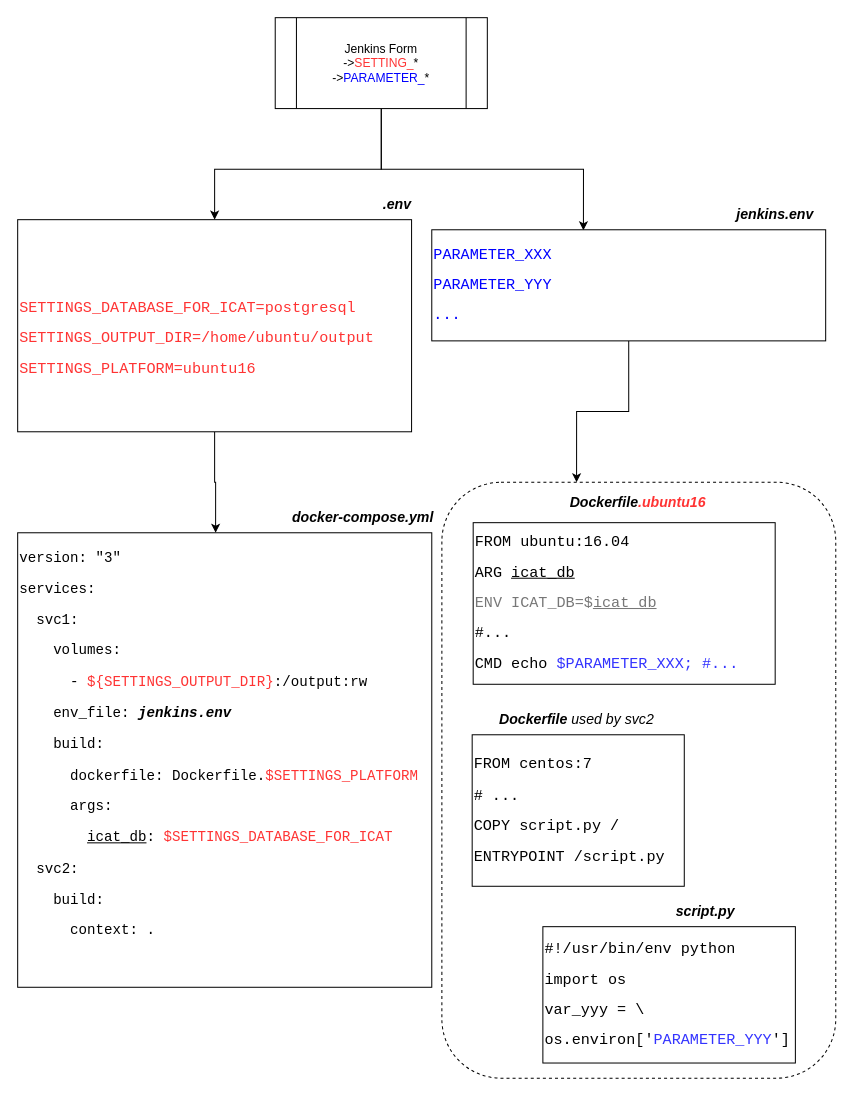
Before: template_compose.drawio in d-w-moore/compose_evaluator_ci, a draw.io diagram. Source tidied: cells renumbered, new cells numbered last; positions are measured from the earlier drawing's top-left corner, leaving out a move shared by most shapes. Both pictures are drawn from the tidied source at 101%, with x=0, y=0 at pixel (17, 17).
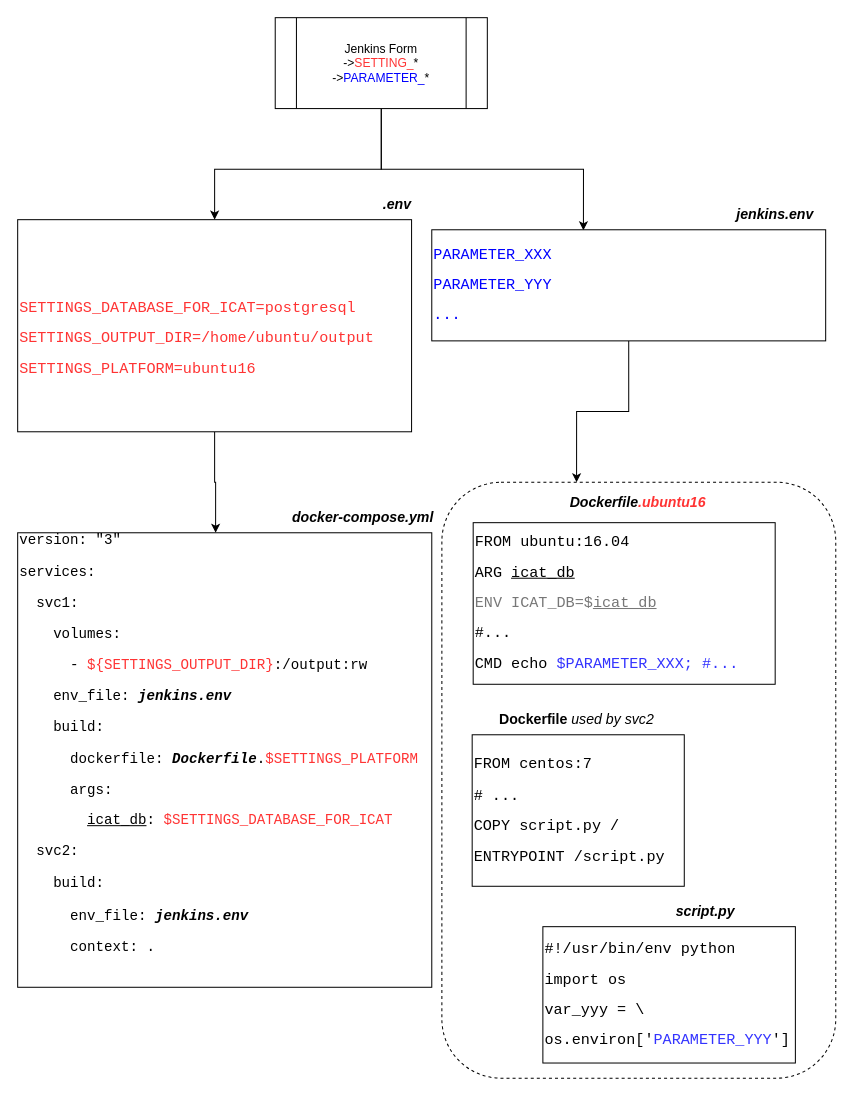
The same page after the edit.

Diff of the diagram source:
```diff
@@
-    <mxCell id="5" value="&lt;p style=&quot;line-height: 120%&quot;&gt;&lt;/p&gt;&lt;pre style=&quot;font-size: 14px&quot;&gt;&lt;font style=&quot;font-size: 14px&quot;&gt;version: &quot;3&quot;&lt;/font&gt;&lt;/pre&gt;&lt;pre style=&quot;font-size: 14px&quot;&gt;&lt;font style=&quot;font-size: 14px&quot;&gt;services:&lt;/font&gt;&lt;/pre&gt;&lt;pre style=&quot;font-size: 14px&quot;&gt;&lt;font style=&quot;font-size: 14px&quot;&gt;  svc1:&lt;/font&gt;&lt;/pre&gt;&lt;pre style=&quot;font-size: 14px&quot;&gt;&lt;pre&gt;    volumes:&lt;/pre&gt;&lt;pre&gt;      - &lt;font color=&quot;#ff3333&quot;&gt;${SETTINGS_OUTPUT_DIR}&lt;/font&gt;:/output:rw&lt;/pre&gt;&lt;/pre&gt;&lt;pre style=&quot;font-size: 14px&quot;&gt;&lt;font style=&quot;font-size: 14px&quot;&gt;    env_file: &lt;i&gt;&lt;b&gt;jenkins.env&lt;/b&gt;&lt;/i&gt;&lt;/font&gt;&lt;/pre&gt;&lt;pre style=&quot;font-size: 14px&quot;&gt;&lt;font style=&quot;font-size: 14px&quot;&gt;    build:&lt;/font&gt;&lt;/pre&gt;&lt;pre style=&quot;font-size: 14px&quot;&gt;&lt;font style=&quot;font-size: 14px&quot;&gt;      dockerfile: Dockerfile.&lt;font color=&quot;#ff3333&quot;&gt;$SETTINGS_PLATFORM&lt;/font&gt;&lt;/font&gt;&lt;/pre&gt;&lt;pre style=&quot;font-size: 14px&quot;&gt;&lt;font style=&quot;font-size: 14px&quot;&gt;      args:&lt;/font&gt;&lt;/pre&gt;&lt;pre style=&quot;font-size: 14px&quot;&gt;&lt;font style=&quot;font-size: 14px&quot;&gt;        &lt;u&gt;icat_db&lt;/u&gt;: &lt;font color=&quot;#ff3333&quot;&gt;$SETTINGS_DATABASE_FOR_ICAT&lt;/font&gt;&lt;/font&gt;&lt;/pre&gt;&lt;pre style=&quot;font-size: 14px&quot;&gt;&lt;font style=&quot;font-size: 14px&quot;&gt;&lt;font color=&quot;#ff3333&quot;&gt;  &lt;/font&gt;svc2:&lt;/font&gt;&lt;/pre&gt;&lt;pre style=&quot;font-size: 14px&quot;&gt;&lt;font style=&quot;font-size: 14px&quot;&gt;    build:&lt;/font&gt;&lt;/pre&gt;&lt;pre style=&quot;font-size: 14px&quot;&gt;&lt;font style=&quot;font-size: 14px&quot;&gt;      context: .&lt;/font&gt;&lt;/pre&gt;&lt;pre style=&quot;font-size: 14px&quot;&gt;&lt;span style=&quot;line-height: 100%&quot;&gt;&lt;br&gt;&lt;/span&gt;&lt;/pre&gt;&lt;p&gt;&lt;/p&gt;" style="rounded=0;whiteSpace=wrap;html=1;align=left;" parent="1" vertex="1">
+    <mxCell id="5" value="&lt;p style=&quot;line-height: 120%&quot;&gt;&lt;/p&gt;&lt;pre style=&quot;font-size: 14px&quot;&gt;&lt;font style=&quot;font-size: 14px&quot;&gt;version: &quot;3&quot;&lt;/font&gt;&lt;/pre&gt;&lt;pre style=&quot;font-size: 14px&quot;&gt;&lt;font style=&quot;font-size: 14px&quot;&gt;services:&lt;/font&gt;&lt;/pre&gt;&lt;pre style=&quot;font-size: 14px&quot;&gt;&lt;font style=&quot;font-size: 14px&quot;&gt;  svc1:&lt;/font&gt;&lt;/pre&gt;&lt;pre style=&quot;font-size: 14px&quot;&gt;&lt;pre&gt;    volumes:&lt;/pre&gt;&lt;pre&gt;      - &lt;font color=&quot;#ff3333&quot;&gt;${SETTINGS_OUTPUT_DIR}&lt;/font&gt;:/output:rw&lt;/pre&gt;&lt;/pre&gt;&lt;pre style=&quot;font-size: 14px&quot;&gt;&lt;font style=&quot;font-size: 14px&quot;&gt;    env_file: &lt;i&gt;&lt;b&gt;jenkins.env&lt;/b&gt;&lt;/i&gt;&lt;/font&gt;&lt;/pre&gt;&lt;pre style=&quot;font-size: 14px&quot;&gt;&lt;font style=&quot;font-size: 14px&quot;&gt;    build:&lt;/font&gt;&lt;/pre&gt;&lt;pre style=&quot;font-size: 14px&quot;&gt;&lt;font style=&quot;font-size: 14px&quot;&gt;      dockerfile: &lt;i&gt;&lt;b&gt;Dockerfile&lt;/b&gt;&lt;/i&gt;.&lt;font color=&quot;#ff3333&quot;&gt;$SETTINGS_PLATFORM&lt;/font&gt;&lt;/font&gt;&lt;/pre&gt;&lt;pre style=&quot;font-size: 14px&quot;&gt;&lt;font style=&quot;font-size: 14px&quot;&gt;      args:&lt;/font&gt;&lt;/pre&gt;&lt;pre style=&quot;font-size: 14px&quot;&gt;&lt;font style=&quot;font-size: 14px&quot;&gt;        &lt;u&gt;icat_db&lt;/u&gt;: &lt;font color=&quot;#ff3333&quot;&gt;$SETTINGS_DATABASE_FOR_ICAT&lt;/font&gt;&lt;/font&gt;&lt;/pre&gt;&lt;pre style=&quot;font-size: 14px&quot;&gt;&lt;font style=&quot;font-size: 14px&quot;&gt;&lt;font color=&quot;#ff3333&quot;&gt;  &lt;/font&gt;svc2:&lt;/font&gt;&lt;/pre&gt;&lt;pre style=&quot;font-size: 14px&quot;&gt;&lt;font style=&quot;font-size: 14px&quot;&gt;    build:&lt;br&gt;&lt;br&gt;      env_file: &lt;i&gt;&lt;b&gt;jenkins.env&lt;/b&gt;&lt;/i&gt;&lt;br&gt;&lt;/font&gt;&lt;/pre&gt;&lt;pre style=&quot;font-size: 14px&quot;&gt;&lt;font style=&quot;font-size: 14px&quot;&gt;      context: .&lt;/font&gt;&lt;/pre&gt;&lt;pre style=&quot;font-size: 14px&quot;&gt;&lt;span style=&quot;line-height: 100%&quot;&gt;&lt;br&gt;&lt;/span&gt;&lt;/pre&gt;&lt;p&gt;&lt;/p&gt;" style="rounded=0;whiteSpace=wrap;html=1;align=left;" parent="1" vertex="1">
       <mxGeometry y="510" width="410" height="450" as="geometry" />
     </mxCell>
@@
-    <mxCell id="17" value="&lt;span style=&quot;font-size: 14px&quot;&gt;&lt;i&gt;&lt;b&gt;Dockerfile &lt;/b&gt;used by svc2&lt;/i&gt;&lt;/span&gt;" style="text;html=1;" parent="1" vertex="1">
+    <mxCell id="17" value="&lt;span style=&quot;font-size: 14px&quot;&gt;&lt;b&gt;Dockerfile&lt;/b&gt;&lt;i&gt;&lt;b&gt; &lt;/b&gt;used by svc2&lt;/i&gt;&lt;/span&gt;" style="text;html=1;" parent="1" vertex="1">
       <mxGeometry x="475" y="680" width="140" height="30" as="geometry" />
     </mxCell>
```
